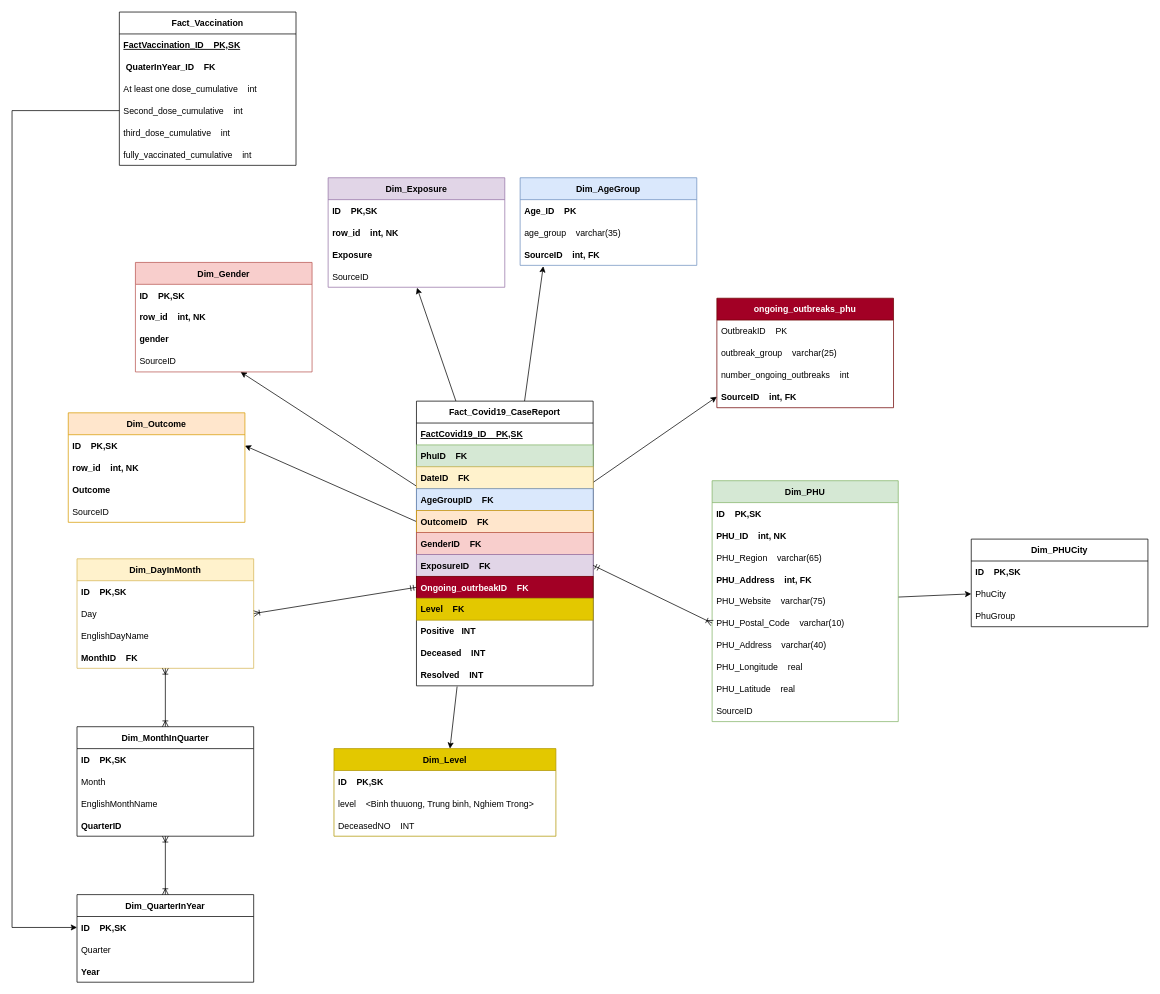
This is page "DDS" (9 of 9) of diagram/db-diagram-LT.drawio from tonsisouvanh/SSIS-SSAS-BI09-Assignment, a draw.io file, before an edit. Source tidied: cells renumbered, new cells numbered last; positions are measured from the earlier drawing's top-left corner, leaving out a move shared by most shapes. Both pictures are drawn from the tidied source at 73%, with x=0, y=0 at pixel (12, 12).
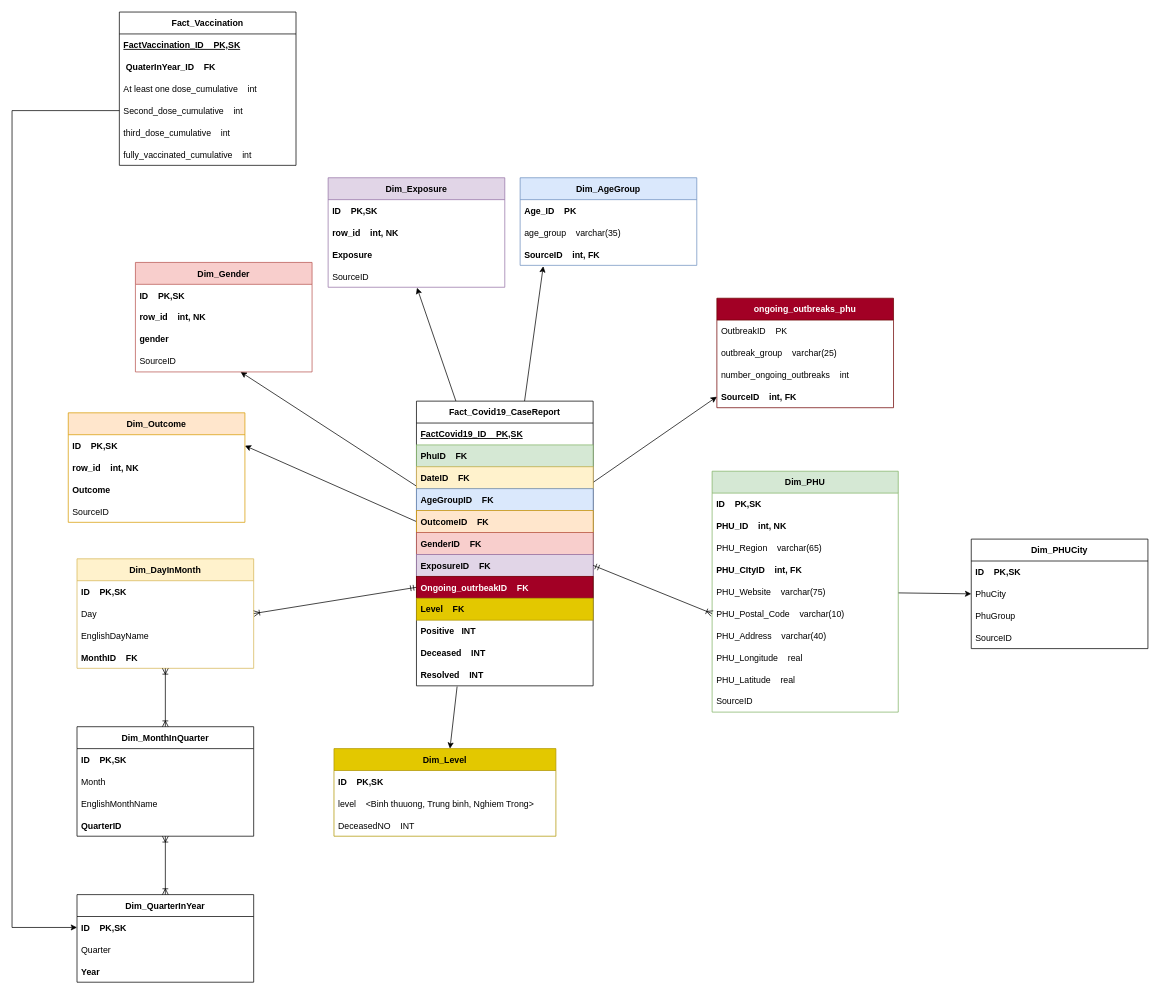
After the change.

The edit, as a diff of the source:
```diff
@@
     <mxCell id="22" value="Dim_PHU" style="swimlane;fontStyle=1;horizontal=1;startSize=30;fillColor=#d5e8d4;strokeColor=#82b366;" parent="1" vertex="1">
-      <mxGeometry x="959" y="642" width="255" height="330" as="geometry" />
+      <mxGeometry x="959" y="629" width="255" height="330" as="geometry" />
     </mxCell>
@@
-    <mxCell id="26" value="PHU_Address    int, FK" style="text;align=left;verticalAlign=middle;spacingLeft=4;spacingRight=4;overflow=hidden;fontStyle=1;" parent="22" vertex="1">
+    <mxCell id="26" value="PHU_CItyID    int, FK" style="text;align=left;verticalAlign=middle;spacingLeft=4;spacingRight=4;overflow=hidden;fontStyle=1;" parent="22" vertex="1">
       <mxGeometry y="120" width="255" height="30" as="geometry" />
     </mxCell>
@@
     <mxCell id="34" value="Dim_PHUCity" style="swimlane;fontStyle=1;horizontal=1;startSize=30;" parent="1" vertex="1">
-      <mxGeometry x="1314" y="722" width="242" height="120" as="geometry" />
+      <mxGeometry x="1314" y="722" width="242" height="150" as="geometry" />
     </mxCell>
@@
+    <mxCell id="91" value="SourceID" style="text;align=left;verticalAlign=middle;spacingLeft=4;spacingRight=4;overflow=hidden;fontStyle=0;" parent="34" vertex="1">
+      <mxGeometry y="120" width="242" height="30" as="geometry" />
+    </mxCell>
```
